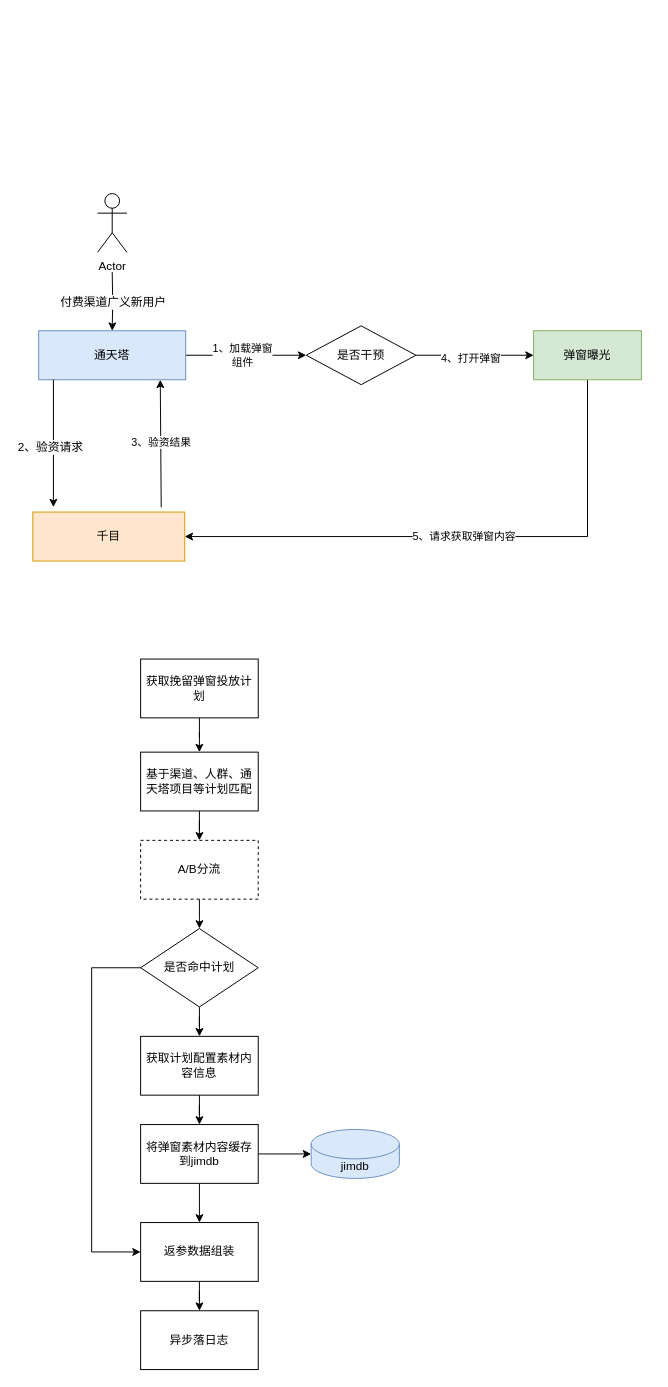
This is 通天塔挽留弹窗组件系统交互.drawio from BlankKelly/diagrams, a draw.io file, before an edit. Source tidied: cells renumbered, new cells numbered last; positions are measured from the earlier drawing's top-left corner, leaving out a move shared by most shapes. Both pictures are drawn from the tidied source at 98%, with x=0, y=0 at pixel (32, 193).
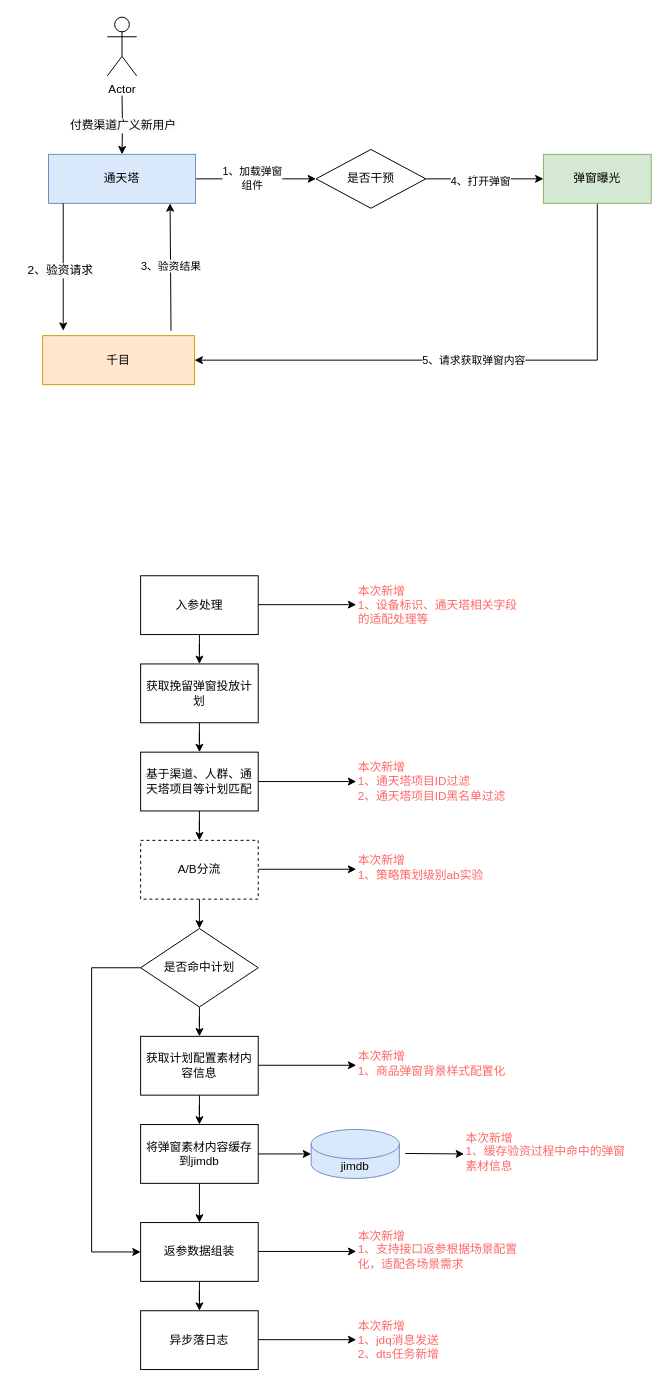
The same diagram, later.

Commit message:
更新通天塔挽留弹窗组件系统交互.drawio

Unchanged cells that the change refers to:
```xml
<mxCell id="21" value="基于渠道、人群、通天塔项目等计划匹配" style="rounded=0;whiteSpace=wrap;html=1;" parent="1" vertex="1">
  <mxGeometry x="110" y="570" width="120" height="60" as="geometry" />
</mxCell>
```

Diff of the diagram source:
```diff
@@
     <mxCell id="3" value="通天塔" style="rounded=0;whiteSpace=wrap;html=1;fillColor=#dae8fc;strokeColor=#6c8ebf;" parent="1" vertex="1">
-      <mxGeometry x="6" y="140" width="150" height="50" as="geometry" />
+      <mxGeometry x="16" y="-40" width="150" height="50" as="geometry" />
     </mxCell>
     <mxCell id="4" style="edgeStyle=orthogonalEdgeStyle;rounded=0;jettySize=auto;html=1;" parent="1" edge="1" target="3">
       <mxGeometry relative="1" as="geometry">
-        <mxPoint x="81" y="80" as="sourcePoint" />
+        <mxPoint x="91" y="-100" as="sourcePoint" />
       </mxGeometry>
     </mxCell>
@@
     <mxCell id="6" value="Actor" style="shape=umlActor;verticalLabelPosition=bottom;verticalAlign=top;html=1;" parent="1" vertex="1">
-      <mxGeometry x="66" width="30" height="60" as="geometry" />
+      <mxGeometry x="76" y="-180" width="30" height="60" as="geometry" />
     </mxCell>
     <mxCell id="7" value="千目" style="rounded=0;whiteSpace=wrap;html=1;fillColor=#ffe6cc;strokeColor=#d79b00;" parent="1" vertex="1">
-      <mxGeometry y="325" width="155" height="50" as="geometry" />
+      <mxGeometry x="10" y="145" width="155" height="50" as="geometry" />
     </mxCell>
@@
     <mxCell id="11" value="是否干预" style="rhombus;whiteSpace=wrap;html=1;" parent="1" vertex="1">
-      <mxGeometry x="279" y="135" width="112" height="60" as="geometry" />
+      <mxGeometry x="289" y="-45" width="112" height="60" as="geometry" />
     </mxCell>
     <mxCell id="12" value="5、请求获取弹窗内容" style="edgeStyle=orthogonalEdgeStyle;rounded=0;jettySize=auto;html=1;entryX=1;entryY=0.5;entryDx=0;entryDy=0;exitX=0.5;exitY=1;exitDx=0;exitDy=0;" parent="1" edge="1" source="13" target="7">
       <mxGeometry relative="1" as="geometry">
         <Array as="points">
-          <mxPoint x="566" y="350" />
+          <mxPoint x="576" y="170" />
         </Array>
       </mxGeometry>
     </mxCell>
     <mxCell id="13" value="弹窗曝光" style="rounded=0;whiteSpace=wrap;html=1;fillColor=#d5e8d4;strokeColor=#82b366;" parent="1" vertex="1">
-      <mxGeometry x="511" y="140" width="110" height="50" as="geometry" />
+      <mxGeometry x="521" y="-40" width="110" height="50" as="geometry" />
     </mxCell>
     <mxCell id="14" style="endArrow=classic;html=1;rounded=0;" parent="1" edge="1">
       <mxGeometry relative="1" as="geometry">
-        <mxPoint x="21" y="190" as="sourcePoint" />
-        <mxPoint x="21" y="320" as="targetPoint" />
+        <mxPoint x="31" y="10" as="sourcePoint" />
+        <mxPoint x="31" y="140" as="targetPoint" />
       </mxGeometry>
     </mxCell>
@@
     <mxCell id="16" style="endArrow=classic;html=1;rounded=0;entryX=0.827;entryY=1;entryDx=0;entryDy=0;entryPerimeter=0;" parent="1" edge="1" target="3">
       <mxGeometry relative="1" as="geometry">
-        <mxPoint x="131" y="320" as="sourcePoint" />
+        <mxPoint x="141" y="140" as="sourcePoint" />
       </mxGeometry>
     </mxCell>
@@
     <mxCell id="19" value="获取挽留弹窗投放计划" style="rounded=0;whiteSpace=wrap;html=1;" parent="1" vertex="1">
-      <mxGeometry x="110" y="475" width="120" height="60" as="geometry" />
+      <mxGeometry x="110" y="480" width="120" height="60" as="geometry" />
     </mxCell>
@@
+    <mxCell id="36" style="endArrow=classic;html=1;rounded=0;exitX=1;exitY=0.5;exitDx=0;exitDy=0;" parent="1" edge="1" source="21">
+      <mxGeometry relative="1" as="geometry">
+        <mxPoint x="330" y="600" as="targetPoint" />
+      </mxGeometry>
+    </mxCell>
+    <mxCell id="37" value="本次新增&lt;br&gt;1、通天塔项目ID过滤&lt;br&gt;2、通天塔项目ID黑名单过滤" style="text;html=1;strokeColor=none;fillColor=none;align=left;verticalAlign=middle;whiteSpace=wrap;rounded=0;fontColor=#FF6666;" parent="1" vertex="1">
+      <mxGeometry x="330" y="572.5" width="170" height="55" as="geometry" />
+    </mxCell>
+    <mxCell id="38" style="endArrow=classic;html=1;rounded=0;exitX=1;exitY=0.5;exitDx=0;exitDy=0;" parent="1" edge="1">
+      <mxGeometry relative="1" as="geometry">
+        <mxPoint x="230" y="689.5" as="sourcePoint" />
+        <mxPoint x="330" y="689.5" as="targetPoint" />
+      </mxGeometry>
+    </mxCell>
+    <mxCell id="39" value="本次新增&lt;br&gt;1、策略策划级别ab实验" style="text;html=1;strokeColor=none;fillColor=none;align=left;verticalAlign=middle;whiteSpace=wrap;rounded=0;fontColor=#FF6666;" parent="1" vertex="1">
+      <mxGeometry x="330" y="660" width="170" height="55" as="geometry" />
+    </mxCell>
+    <mxCell id="40" style="endArrow=classic;html=1;rounded=0;exitX=1;exitY=0.5;exitDx=0;exitDy=0;" parent="1" edge="1">
+      <mxGeometry relative="1" as="geometry">
+        <mxPoint x="230" y="889.5" as="sourcePoint" />
+        <mxPoint x="330" y="889.5" as="targetPoint" />
+      </mxGeometry>
+    </mxCell>
+    <mxCell id="41" value="本次新增&lt;br&gt;1、商品弹窗背景样式配置化" style="text;html=1;strokeColor=none;fillColor=none;align=left;verticalAlign=middle;whiteSpace=wrap;rounded=0;fontColor=#FF6666;" parent="1" vertex="1">
+      <mxGeometry x="330" y="860" width="170" height="55" as="geometry" />
+    </mxCell>
+    <mxCell id="42" style="endArrow=classic;html=1;rounded=0;exitX=1;exitY=0.5;exitDx=0;exitDy=0;" parent="1" edge="1">
+      <mxGeometry relative="1" as="geometry">
+        <mxPoint x="380" y="979.5" as="sourcePoint" />
+        <mxPoint x="440" y="980" as="targetPoint" />
+      </mxGeometry>
+    </mxCell>
+    <mxCell id="43" value="本次新增&lt;br&gt;1、缓存验资过程中命中的弹窗素材信息" style="text;html=1;strokeColor=none;fillColor=none;align=left;verticalAlign=middle;whiteSpace=wrap;rounded=0;fontColor=#FF6666;" parent="1" vertex="1">
+      <mxGeometry x="440" y="950" width="170" height="55" as="geometry" />
+    </mxCell>
+    <mxCell id="44" value="本次新增&lt;br&gt;1、支持接口返参根据场景配置化，适配各场景需求" style="text;html=1;strokeColor=none;fillColor=none;align=left;verticalAlign=middle;whiteSpace=wrap;rounded=0;fontColor=#FF6666;" parent="1" vertex="1">
+      <mxGeometry x="330" y="1050" width="170" height="55" as="geometry" />
+    </mxCell>
+    <mxCell id="45" style="endArrow=classic;html=1;rounded=0;exitX=1;exitY=0.5;exitDx=0;exitDy=0;" parent="1" edge="1">
+      <mxGeometry relative="1" as="geometry">
+        <mxPoint x="230" y="1079.5" as="sourcePoint" />
+        <mxPoint x="330" y="1079.5" as="targetPoint" />
+      </mxGeometry>
+    </mxCell>
+    <mxCell id="46" style="endArrow=classic;html=1;rounded=0;exitX=1;exitY=0.5;exitDx=0;exitDy=0;" parent="1" edge="1">
+      <mxGeometry relative="1" as="geometry">
+        <mxPoint x="230" y="1169.5" as="sourcePoint" />
+        <mxPoint x="330" y="1169.5" as="targetPoint" />
+      </mxGeometry>
+    </mxCell>
+    <mxCell id="47" value="本次新增&lt;br&gt;1、jdq消息发送&lt;br&gt;2、dts任务新增" style="text;html=1;strokeColor=none;fillColor=none;align=left;verticalAlign=middle;whiteSpace=wrap;rounded=0;fontColor=#FF6666;" parent="1" vertex="1">
+      <mxGeometry x="330" y="1142.5" width="170" height="55" as="geometry" />
+    </mxCell>
+    <mxCell id="48" style="edgeStyle=orthogonalEdgeStyle;rounded=0;jettySize=auto;html=1;" parent="1" edge="1" source="49" target="19">
+      <mxGeometry relative="1" as="geometry" />
+    </mxCell>
+    <mxCell id="49" value="入参处理" style="rounded=0;whiteSpace=wrap;html=1;" parent="1" vertex="1">
+      <mxGeometry x="110" y="390" width="120" height="60" as="geometry" />
+    </mxCell>
+    <mxCell id="50" style="endArrow=classic;html=1;rounded=0;exitX=1;exitY=0.5;exitDx=0;exitDy=0;" parent="1" edge="1">
+      <mxGeometry relative="1" as="geometry">
+        <mxPoint x="230" y="419.5" as="sourcePoint" />
+        <mxPoint x="330" y="419.5" as="targetPoint" />
+      </mxGeometry>
+    </mxCell>
+    <mxCell id="51" value="本次新增&lt;br&gt;1、设备标识、通天塔相关字段的适配处理等" style="text;html=1;strokeColor=none;fillColor=none;align=left;verticalAlign=middle;whiteSpace=wrap;rounded=0;fontColor=#FF6666;" parent="1" vertex="1">
+      <mxGeometry x="330" y="392.5" width="170" height="55" as="geometry" />
+    </mxCell>
```
